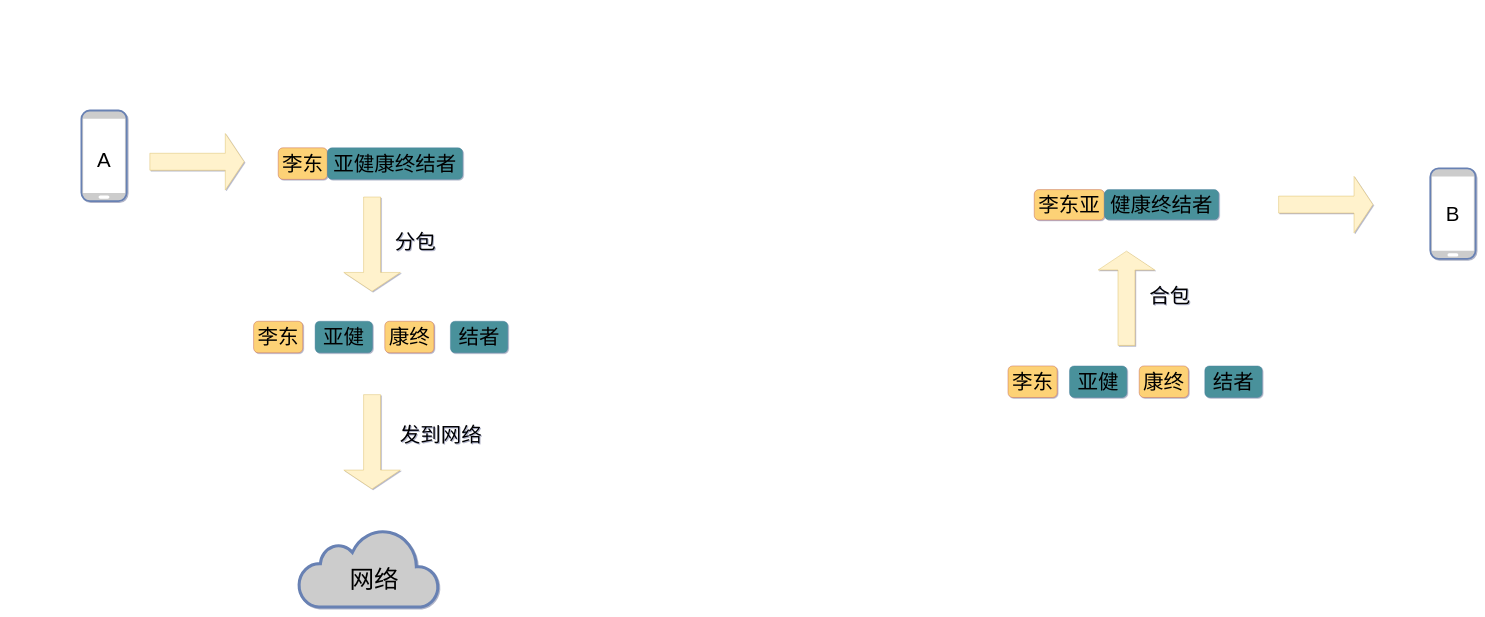
This is network/发送消息到网络.drawio from xiaobaiTech/image, a draw.io file, before an edit. Source tidied: cells renumbered, new cells numbered last; positions are measured from the earlier drawing's top-left corner, leaving out a move shared by most shapes. Both pictures are drawn from the tidied source at 41%, with x=0, y=0 at pixel (81, 110).
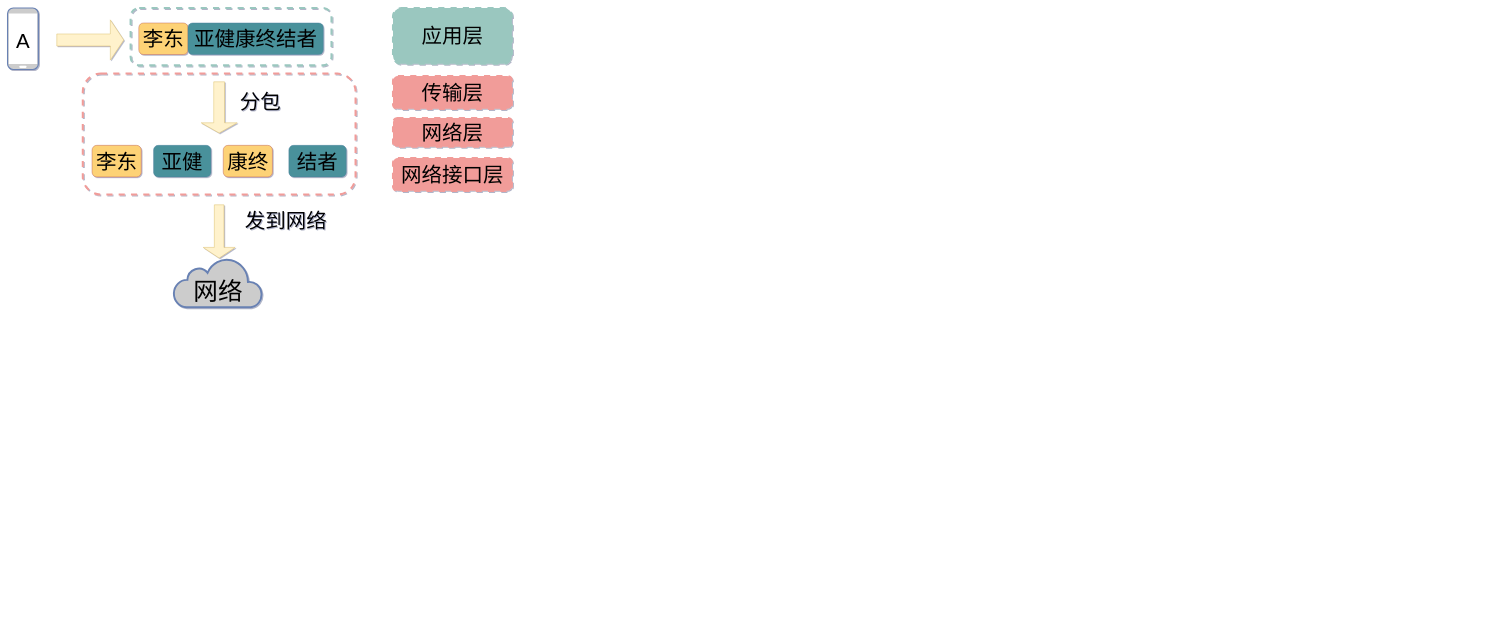
The same page after the edit.

Commit message:
Update 发送消息到网络.drawio

Diff of the diagram source:
```diff
@@
-    <mxCell id="2" value="李东亚" style="rounded=1;fontSize=50;fontFamily=Helvetica;strokeColor=#b85450;fillColor=#FDD276;labelBackgroundColor=none;labelBorderColor=none;whiteSpace=wrap;html=1;" parent="1" vertex="1">
-      <mxGeometry x="2324" y="193" width="171" height="74" as="geometry" />
-    </mxCell>
-    <mxCell id="3" value="健康终结者" style="rounded=1;strokeColor=#457B9D;fontSize=50;fontFamily=Helvetica;fillColor=#4A919B;labelBackgroundColor=none;labelBorderColor=none;whiteSpace=wrap;html=1;" parent="1" vertex="1">
-      <mxGeometry x="2495" y="193" width="279" height="73" as="geometry" />
-    </mxCell>
+    <mxCell id="28" style="rounded=1;whiteSpace=wrap;html=1;fillColor=none;dashed=1;strokeWidth=5;strokeColor=#F19C99;" parent="1" vertex="1">
+      <mxGeometry x="3.4" y="-90" width="665.3" height="295" as="geometry" />
+    </mxCell>
     <mxCell id="4" value="李东" style="rounded=1;strokeColor=#b85450;fontSize=50;fontFamily=Helvetica;fillColor=#FDD276;labelBackgroundColor=none;labelBorderColor=none;whiteSpace=wrap;html=1;" parent="1" vertex="1">
-      <mxGeometry x="480" y="91" width="120" height="77" as="geometry" />
+      <mxGeometry x="140" y="-213.5" width="120" height="77" as="geometry" />
     </mxCell>
     <mxCell id="5" value="亚健康终结者" style="rounded=1;strokeColor=#457B9D;fontSize=50;fontFamily=Helvetica;fillColor=#4A919B;labelBackgroundColor=none;labelBorderColor=none;whiteSpace=wrap;html=1;" parent="1" vertex="1">
-      <mxGeometry x="600" y="91" width="330" height="77" as="geometry" />
+      <mxGeometry x="260" y="-213.5" width="330" height="77" as="geometry" />
     </mxCell>
     <mxCell id="6" value="李东" style="rounded=1;strokeColor=#b85450;fontSize=50;fontFamily=Helvetica;fillColor=#FDD276;labelBackgroundColor=none;labelBorderColor=none;whiteSpace=wrap;html=1;" parent="1" vertex="1">
-      <mxGeometry x="420" y="514" width="120" height="77" as="geometry" />
+      <mxGeometry x="26" y="85" width="120" height="77" as="geometry" />
     </mxCell>
     <mxCell id="7" value="亚健" style="rounded=1;strokeColor=#457B9D;fontSize=50;fontFamily=Helvetica;fillColor=#4A919B;labelBackgroundColor=none;labelBorderColor=none;whiteSpace=wrap;html=1;" parent="1" vertex="1">
-      <mxGeometry x="570" y="514" width="140" height="77" as="geometry" />
+      <mxGeometry x="176" y="85" width="140" height="77" as="geometry" />
     </mxCell>
     <mxCell id="8" value="康终" style="rounded=1;strokeColor=#b85450;fontSize=50;fontFamily=Helvetica;fillColor=#FDD276;labelBackgroundColor=none;labelBorderColor=none;whiteSpace=wrap;html=1;" parent="1" vertex="1">
-      <mxGeometry x="740" y="514" width="120" height="77" as="geometry" />
+      <mxGeometry x="346" y="85" width="120" height="77" as="geometry" />
     </mxCell>
     <mxCell id="9" value="结者" style="rounded=1;strokeColor=#457B9D;fontSize=50;fontFamily=Helvetica;fillColor=#4A919B;labelBackgroundColor=none;labelBorderColor=none;whiteSpace=wrap;html=1;" parent="1" vertex="1">
-      <mxGeometry x="900" y="514" width="140" height="77" as="geometry" />
+      <mxGeometry x="506" y="85" width="140" height="77" as="geometry" />
     </mxCell>
     <mxCell id="10" style="shape=singleArrow;direction=south;whiteSpace=wrap;html=1;fillColor=#fff2cc;strokeColor=#d6b656;" parent="1" vertex="1">
-      <mxGeometry x="640" y="211" width="138" height="230" as="geometry" />
+      <mxGeometry x="292" y="-70" width="88" height="125" as="geometry" />
     </mxCell>
     <mxCell id="11" value="&lt;font style=&quot;font-size: 50px&quot;&gt;分包&lt;/font&gt;" style="text;html=1;strokeColor=none;fillColor=none;align=center;verticalAlign=middle;whiteSpace=wrap;rounded=0;" parent="1" vertex="1">
-      <mxGeometry x="740" y="311" width="150" height="20" as="geometry" />
+      <mxGeometry x="362" y="-30" width="150" height="20" as="geometry" />
     </mxCell>
     <mxCell id="12" style="fontColor=#0066CC;verticalAlign=top;verticalLabelPosition=bottom;labelPosition=center;align=center;html=1;fillColor=#CCCCCC;strokeColor=#6881B3;gradientColor=none;gradientDirection=north;strokeWidth=2;shape=mxgraph.networks.mobile;" parent="1" vertex="1">
-      <mxGeometry width="110.5" height="221" as="geometry" />
+      <mxGeometry x="-180" y="-250" width="75" height="150" as="geometry" />
     </mxCell>
     <mxCell id="13" style="html=1;fillColor=#CCCCCC;strokeColor=#6881B3;gradientColor=none;gradientDirection=north;strokeWidth=2;shape=mxgraph.networks.cloud;fontColor=#ffffff;" parent="1" vertex="1">
-      <mxGeometry x="530" y="1021" width="342" height="190" as="geometry" />
+      <mxGeometry x="225" y="360" width="216" height="120" as="geometry" />
     </mxCell>
-    <mxCell id="14" value="李东" style="rounded=1;strokeColor=#b85450;fontSize=50;fontFamily=Helvetica;fillColor=#FDD276;labelBackgroundColor=none;labelBorderColor=none;whiteSpace=wrap;html=1;" parent="1" vertex="1">
-      <mxGeometry x="2260" y="623" width="120" height="77" as="geometry" />
-    </mxCell>
-    <mxCell id="15" value="亚健" style="rounded=1;strokeColor=#457B9D;fontSize=50;fontFamily=Helvetica;fillColor=#4A919B;labelBackgroundColor=none;labelBorderColor=none;whiteSpace=wrap;html=1;" parent="1" vertex="1">
-      <mxGeometry x="2410" y="623" width="140" height="77" as="geometry" />
-    </mxCell>
-    <mxCell id="16" value="康终" style="rounded=1;strokeColor=#b85450;fontSize=50;fontFamily=Helvetica;fillColor=#FDD276;labelBackgroundColor=none;labelBorderColor=none;whiteSpace=wrap;html=1;" parent="1" vertex="1">
-      <mxGeometry x="2580" y="623" width="120" height="77" as="geometry" />
-    </mxCell>
-    <mxCell id="17" value="结者" style="rounded=1;strokeColor=#457B9D;fontSize=50;fontFamily=Helvetica;fillColor=#4A919B;labelBackgroundColor=none;labelBorderColor=none;whiteSpace=wrap;html=1;" parent="1" vertex="1">
-      <mxGeometry x="2740" y="623" width="140" height="77" as="geometry" />
-    </mxCell>
-    <mxCell id="18" style="shape=singleArrow;direction=north;whiteSpace=wrap;html=1;fillColor=#fff2cc;strokeColor=#d6b656;" parent="1" vertex="1">
-      <mxGeometry x="2480" y="343" width="138" height="230" as="geometry" />
-    </mxCell>
-    <mxCell id="19" value="&lt;font style=&quot;font-size: 50px&quot;&gt;合包&lt;/font&gt;" style="text;html=1;strokeColor=none;fillColor=none;align=center;verticalAlign=middle;whiteSpace=wrap;rounded=0;" parent="1" vertex="1">
-      <mxGeometry x="2580" y="443" width="150" height="20" as="geometry" />
-    </mxCell>
-    <mxCell id="20" style="fontColor=#0066CC;verticalAlign=top;verticalLabelPosition=bottom;labelPosition=center;align=center;html=1;fillColor=#CCCCCC;strokeColor=#6881B3;gradientColor=none;gradientDirection=north;strokeWidth=2;shape=mxgraph.networks.mobile;" parent="1" vertex="1">
-      <mxGeometry x="3290" y="141" width="110.5" height="221" as="geometry" />
-    </mxCell>
     <mxCell id="21" style="shape=singleArrow;direction=east;whiteSpace=wrap;html=1;fillColor=#fff2cc;strokeColor=#d6b656;" parent="1" vertex="1">
-      <mxGeometry x="167" y="56" width="230" height="138" as="geometry" />
+      <mxGeometry x="-60" y="-221" width="163.3" height="98" as="geometry" />
     </mxCell>
     <mxCell id="22" value="&lt;font style=&quot;font-size: 50px&quot;&gt;A&lt;/font&gt;" style="text;html=1;strokeColor=none;fillColor=none;align=center;verticalAlign=middle;whiteSpace=wrap;rounded=0;" parent="1" vertex="1">
-      <mxGeometry x="35" y="111" width="40" height="20" as="geometry" />
+      <mxGeometry x="-162.5" y="-179" width="40" height="20" as="geometry" />
     </mxCell>
-    <mxCell id="23" value="&lt;font style=&quot;font-size: 50px&quot;&gt;B&lt;/font&gt;" style="text;html=1;strokeColor=none;fillColor=none;align=center;verticalAlign=middle;whiteSpace=wrap;rounded=0;" parent="1" vertex="1">
-      <mxGeometry x="3325" y="242" width="40" height="20" as="geometry" />
-    </mxCell>
-    <mxCell id="24" style="shape=singleArrow;direction=east;whiteSpace=wrap;html=1;fillColor=#fff2cc;strokeColor=#d6b656;" parent="1" vertex="1">
-      <mxGeometry x="2920" y="160.5" width="230" height="138" as="geometry" />
-    </mxCell>
     <mxCell id="25" value="&lt;font style=&quot;font-size: 60px&quot;&gt;网络&lt;/font&gt;" style="text;html=1;strokeColor=none;fillColor=none;align=center;verticalAlign=middle;whiteSpace=wrap;rounded=0;" parent="1" vertex="1">
-      <mxGeometry x="620" y="1131" width="189" height="24.5" as="geometry" />
+      <mxGeometry x="238.5" y="430" width="189" height="24.5" as="geometry" />
     </mxCell>
     <mxCell id="26" style="shape=singleArrow;direction=south;whiteSpace=wrap;html=1;fillColor=#fff2cc;strokeColor=#d6b656;" parent="1" vertex="1">
-      <mxGeometry x="640" y="693" width="138" height="230" as="geometry" />
+      <mxGeometry x="297" y="230" width="78" height="130" as="geometry" />
     </mxCell>
     <mxCell id="27" value="&lt;font style=&quot;font-size: 50px&quot;&gt;发到网络&lt;/font&gt;" style="text;html=1;strokeColor=none;fillColor=none;align=center;verticalAlign=middle;whiteSpace=wrap;rounded=0;" parent="1" vertex="1">
-      <mxGeometry x="740" y="781" width="273.5" height="20" as="geometry" />
+      <mxGeometry x="362" y="260" width="273.5" height="20" as="geometry" />
     </mxCell>
+    <mxCell id="29" style="rounded=1;whiteSpace=wrap;html=1;fillColor=none;dashed=1;strokeWidth=5;strokeColor=#9AC7BF;" parent="1" vertex="1">
+      <mxGeometry x="120" y="-250" width="490" height="140" as="geometry" />
+    </mxCell>
+    <mxCell id="30" value="&lt;font style=&quot;font-size: 50px&quot;&gt;应用层&lt;/font&gt;" style="rounded=1;whiteSpace=wrap;html=1;dashed=1;strokeWidth=5;fontColor=none;fillColor=#9AC7BF;strokeColor=#9AC7BF;" parent="1" vertex="1">
+      <mxGeometry x="760" y="-250" width="290" height="136" as="geometry" />
+    </mxCell>
+    <mxCell id="31" value="&lt;font style=&quot;font-size: 50px&quot;&gt;传输层&lt;/font&gt;" style="rounded=1;whiteSpace=wrap;html=1;dashed=1;strokeWidth=5;fontColor=none;fillColor=#F19C99;strokeColor=#F19C99;" parent="1" vertex="1">
+      <mxGeometry x="760" y="-84" width="290" height="80" as="geometry" />
+    </mxCell>
+    <mxCell id="32" value="&lt;span style=&quot;font-size: 50px&quot;&gt;网络层&lt;/span&gt;" style="rounded=1;whiteSpace=wrap;html=1;dashed=1;strokeWidth=5;fontColor=none;fillColor=#F19C99;strokeColor=#F19C99;" parent="1" vertex="1">
+      <mxGeometry x="760" y="18.5" width="290" height="70" as="geometry" />
+    </mxCell>
+    <mxCell id="33" value="&lt;span style=&quot;font-size: 50px&quot;&gt;网络接口层&lt;/span&gt;" style="rounded=1;whiteSpace=wrap;html=1;dashed=1;strokeWidth=5;fontColor=none;fillColor=#F19C99;strokeColor=#F19C99;" parent="1" vertex="1">
+      <mxGeometry x="760" y="116" width="290" height="80" as="geometry" />
+    </mxCell>
```
